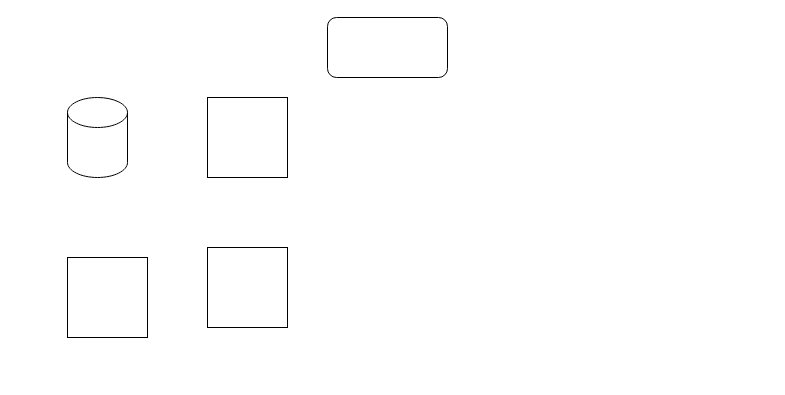
The draw.io diagram domains_01.drawio in rsetala/genAI_october, before the edit. Source tidied: cells renumbered, new cells numbered last; positions are measured from the earlier drawing's top-left corner, leaving out a move shared by most shapes. Both pictures are drawn from the tidied source at 100%, with x=0, y=0 at pixel (67, 17).
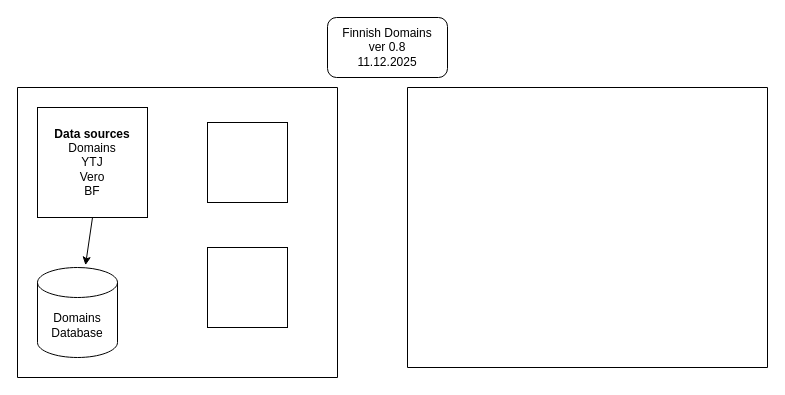
The same page after the edit.

What changed in the source:
```diff
@@
 <mxGraphModel>
   <root>
     <mxCell id="0" />
     <mxCell id="1" parent="0" />
-    <mxCell id="2" style="shape=cylinder3;whiteSpace=wrap;html=1;boundedLbl=1;backgroundOutline=1;size=15;" parent="1" vertex="1">
-      <mxGeometry y="80" width="60" height="80" as="geometry" />
+    <mxCell id="2" value="Domains Database" style="shape=cylinder3;whiteSpace=wrap;html=1;boundedLbl=1;backgroundOutline=1;size=15;" parent="1" vertex="1">
+      <mxGeometry x="-30" y="250" width="80" height="90" as="geometry" />
     </mxCell>
-    <mxCell id="3" style="whiteSpace=wrap;html=1;" parent="1" vertex="1">
-      <mxGeometry x="140" y="80" width="80" height="80" as="geometry" />
+    <mxCell id="3" value="&lt;div&gt;&lt;b&gt;Data sources&lt;/b&gt;&lt;/div&gt;&lt;div&gt;Domains&lt;/div&gt;&lt;div&gt;YTJ&lt;/div&gt;&lt;div&gt;Vero&lt;/div&gt;&lt;div&gt;BF&lt;/div&gt;" style="whiteSpace=wrap;html=1;" parent="1" vertex="1">
+      <mxGeometry x="-30" y="90" width="110" height="110" as="geometry" />
     </mxCell>
     <mxCell id="4" style="whiteSpace=wrap;html=1;" parent="1" vertex="1">
       <mxGeometry x="140" y="230" width="80" height="80" as="geometry" />
     </mxCell>
     <mxCell id="5" style="whiteSpace=wrap;html=1;" parent="1" vertex="1">
-      <mxGeometry y="240" width="80" height="80" as="geometry" />
+      <mxGeometry x="140" y="105" width="80" height="80" as="geometry" />
     </mxCell>
-    <mxCell id="6" style="rounded=1;whiteSpace=wrap;html=1;" parent="1" vertex="1">
+    <mxCell id="6" value="&lt;div&gt;Finnish Domains&lt;/div&gt;&lt;div&gt;ver 0.8&lt;/div&gt;&lt;div&gt;11.12.2025&lt;/div&gt;" style="rounded=1;whiteSpace=wrap;html=1;" parent="1" vertex="1">
       <mxGeometry x="260" width="120" height="60" as="geometry" />
     </mxCell>
+    <mxCell id="7" style="endArrow=classic;html=1;rounded=0;entryX=0.6;entryY=-0.026;entryDx=0;entryDy=0;entryPerimeter=0;exitX=0.5;exitY=1;exitDx=0;exitDy=0;" parent="1" edge="1" source="3" target="2">
+      <mxGeometry relative="1" as="geometry" />
+    </mxCell>
+    <mxCell id="8" style="swimlane;startSize=0;" parent="1" vertex="1">
+      <mxGeometry x="-50" y="70" width="320" height="290" as="geometry" />
+    </mxCell>
+    <mxCell id="9" style="swimlane;startSize=0;" parent="1" vertex="1">
+      <mxGeometry x="340" y="70" width="360" height="280" as="geometry" />
+    </mxCell>
   </root>
 </mxGraphModel>
```
